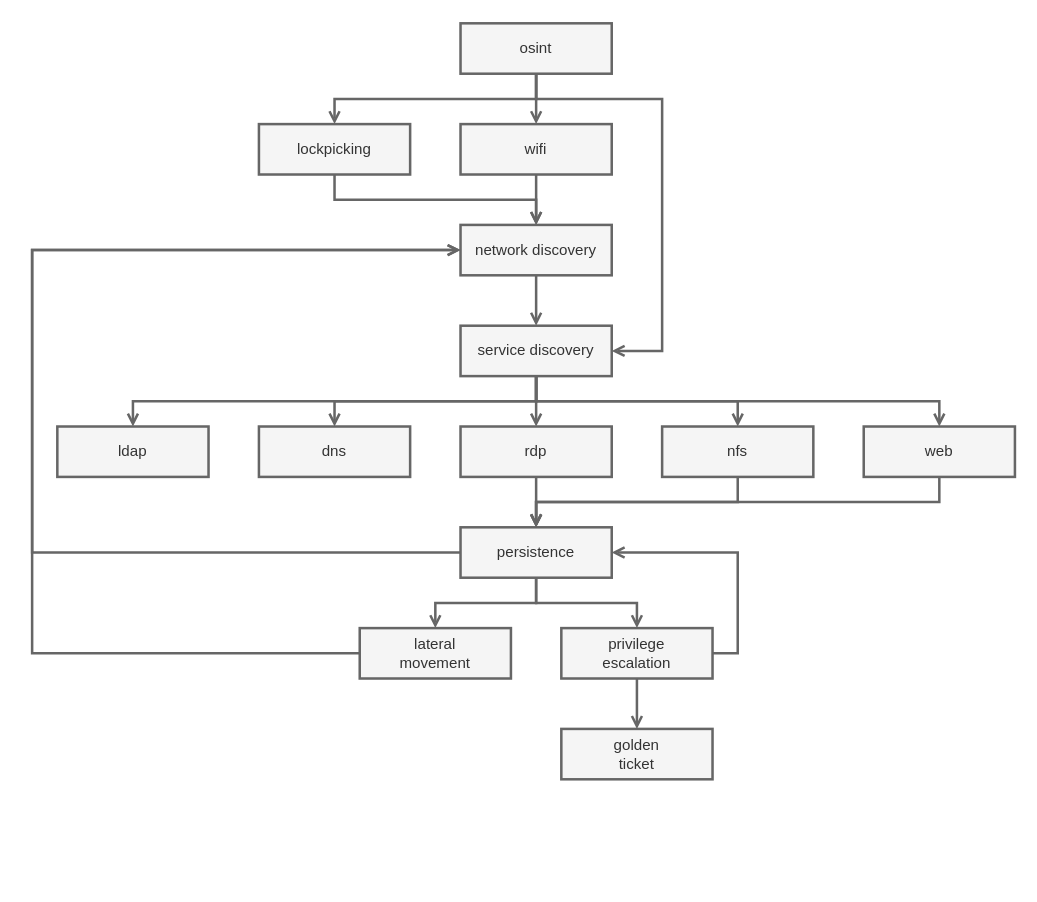
Above: posts/notes/pwn/tree.drawio in 0b11stan/blog (draw.io), before the change. Source tidied: cells renumbered, new cells numbered last; positions are measured from the earlier drawing's top-left corner, leaving out a move shared by most shapes. Both pictures are drawn from the tidied source at 126%, with x=0, y=0 at pixel (32, 23).
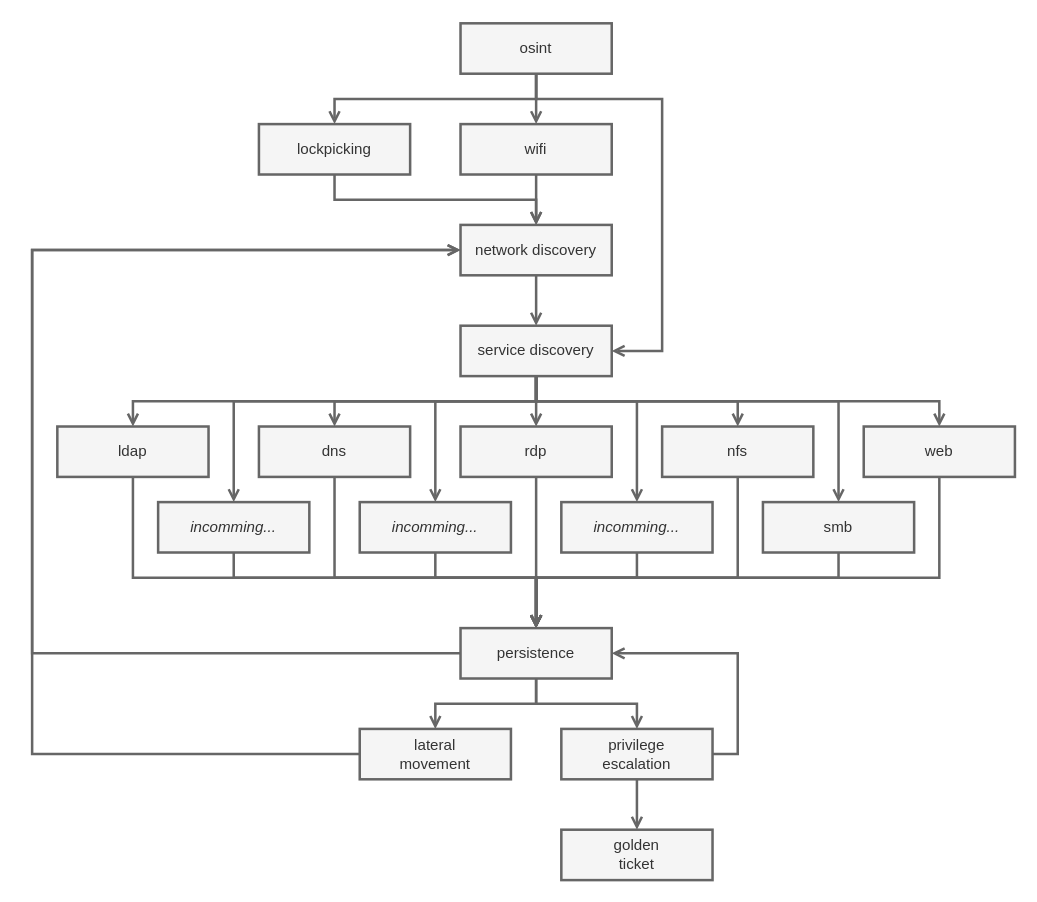
The same diagram, later.

The change refers to these unchanged cells:
```xml
<mxCell id="11" value="web" style="rounded=0;whiteSpace=wrap;html=1;fillColor=#f5f5f5;fontColor=#333333;strokeColor=#666666;strokeWidth=2;" parent="1" vertex="1">
  <mxGeometry x="660" y="320" width="120" height="40" as="geometry" />
</mxCell>
<mxCell id="13" value="network discovery" style="rounded=0;whiteSpace=wrap;html=1;fillColor=#f5f5f5;fontColor=#333333;strokeColor=#666666;strokeWidth=2;" parent="1" vertex="1">
  <mxGeometry x="340" y="160" width="120" height="40" as="geometry" />
</mxCell>
<mxCell id="19" value="service discovery" style="rounded=0;whiteSpace=wrap;html=1;fillColor=#f5f5f5;fontColor=#333333;strokeColor=#666666;strokeWidth=2;" parent="1" vertex="1">
  <mxGeometry x="340" y="240" width="120" height="40" as="geometry" />
</mxCell>
<mxCell id="20" value="ldap" style="rounded=0;whiteSpace=wrap;html=1;fillColor=#f5f5f5;fontColor=#333333;strokeColor=#666666;strokeWidth=2;" parent="1" vertex="1">
  <mxGeometry x="20" y="320" width="120" height="40" as="geometry" />
</mxCell>
<mxCell id="22" value="nfs" style="rounded=0;whiteSpace=wrap;html=1;fillColor=#f5f5f5;fontColor=#333333;strokeColor=#666666;strokeWidth=2;" parent="1" vertex="1">
  <mxGeometry x="500" y="320" width="120" height="40" as="geometry" />
</mxCell>
<mxCell id="25" value="dns" style="rounded=0;whiteSpace=wrap;html=1;fillColor=#f5f5f5;fontColor=#333333;strokeColor=#666666;strokeWidth=2;" parent="1" vertex="1">
  <mxGeometry x="180" y="320" width="120" height="40" as="geometry" />
</mxCell>
```

What changed in the source:
```diff
@@
     <mxCell id="10" style="edgeStyle=orthogonalEdgeStyle;rounded=0;jettySize=auto;html=1;fillColor=#f5f5f5;strokeColor=#666666;strokeWidth=2;endArrow=open;endFill=0;" parent="1" edge="1" source="11" target="29">
       <mxGeometry relative="1" as="geometry">
         <Array as="points">
-          <mxPoint x="720" y="380" />
-          <mxPoint x="400" y="380" />
+          <mxPoint x="720" y="440" />
+          <mxPoint x="400" y="440" />
         </Array>
       </mxGeometry>
     </mxCell>
@@
+    <mxCell id="36" style="edgeStyle=orthogonalEdgeStyle;rounded=0;jettySize=auto;html=1;fillColor=#f5f5f5;strokeColor=#666666;strokeWidth=2;endArrow=open;endFill=0;" parent="1" edge="1" source="19" target="43">
+      <mxGeometry relative="1" as="geometry">
+        <Array as="points">
+          <mxPoint x="400" y="300" />
+          <mxPoint x="640" y="300" />
+        </Array>
+      </mxGeometry>
+    </mxCell>
+    <mxCell id="37" style="edgeStyle=orthogonalEdgeStyle;rounded=0;jettySize=auto;html=1;endArrow=open;endFill=0;strokeWidth=2;fillColor=#f5f5f5;strokeColor=#666666;" parent="1" edge="1" source="19" target="47">
+      <mxGeometry relative="1" as="geometry">
+        <Array as="points">
+          <mxPoint x="400" y="300" />
+          <mxPoint x="160" y="300" />
+        </Array>
+      </mxGeometry>
+    </mxCell>
+    <mxCell id="38" style="edgeStyle=orthogonalEdgeStyle;rounded=0;jettySize=auto;html=1;endArrow=open;endFill=0;strokeWidth=2;fillColor=#f5f5f5;strokeColor=#666666;" parent="1" edge="1" source="19" target="45">
+      <mxGeometry relative="1" as="geometry">
+        <Array as="points">
+          <mxPoint x="400" y="300" />
+          <mxPoint x="320" y="300" />
+        </Array>
+      </mxGeometry>
+    </mxCell>
+    <mxCell id="39" style="edgeStyle=orthogonalEdgeStyle;rounded=0;jettySize=auto;html=1;endArrow=open;endFill=0;strokeWidth=2;fillColor=#f5f5f5;strokeColor=#666666;" parent="1" edge="1" source="19" target="49">
+      <mxGeometry relative="1" as="geometry">
+        <Array as="points">
+          <mxPoint x="400" y="300" />
+          <mxPoint x="480" y="300" />
+        </Array>
+      </mxGeometry>
+    </mxCell>
@@
+    <mxCell id="40" style="edgeStyle=orthogonalEdgeStyle;rounded=0;jettySize=auto;html=1;endArrow=open;endFill=0;strokeWidth=2;fillColor=#f5f5f5;strokeColor=#666666;" parent="1" edge="1" source="20" target="29">
+      <mxGeometry relative="1" as="geometry">
+        <Array as="points">
+          <mxPoint x="80" y="440" />
+          <mxPoint x="400" y="440" />
+        </Array>
+      </mxGeometry>
+    </mxCell>
@@
     <mxCell id="21" style="edgeStyle=orthogonalEdgeStyle;rounded=0;jettySize=auto;html=1;fillColor=#f5f5f5;strokeColor=#666666;strokeWidth=2;endArrow=open;endFill=0;" parent="1" edge="1" source="22" target="29">
       <mxGeometry relative="1" as="geometry">
         <Array as="points">
-          <mxPoint x="560" y="380" />
-          <mxPoint x="400" y="380" />
+          <mxPoint x="560" y="440" />
+          <mxPoint x="400" y="440" />
         </Array>
       </mxGeometry>
     </mxCell>
@@
+    <mxCell id="41" style="edgeStyle=orthogonalEdgeStyle;rounded=0;jettySize=auto;html=1;endArrow=open;endFill=0;strokeWidth=2;fillColor=#f5f5f5;strokeColor=#666666;" parent="1" edge="1" source="25" target="29">
+      <mxGeometry relative="1" as="geometry">
+        <Array as="points">
+          <mxPoint x="240" y="440" />
+          <mxPoint x="400" y="440" />
+        </Array>
+      </mxGeometry>
+    </mxCell>
@@
     <mxCell id="27" style="edgeStyle=orthogonalEdgeStyle;rounded=0;jettySize=auto;html=1;fillColor=#f5f5f5;strokeColor=#666666;strokeWidth=2;endArrow=open;endFill=0;" parent="1" edge="1" source="29" target="13">
       <mxGeometry relative="1" as="geometry">
         <Array as="points">
-          <mxPoint y="420" />
+          <mxPoint y="500" />
           <mxPoint y="180" />
         </Array>
       </mxGeometry>
     </mxCell>
     <mxCell id="28" style="edgeStyle=orthogonalEdgeStyle;rounded=0;jettySize=auto;html=1;fillColor=#f5f5f5;strokeColor=#666666;strokeWidth=2;endArrow=open;endFill=0;" parent="1" edge="1" source="29" target="34">
       <mxGeometry relative="1" as="geometry">
         <Array as="points">
-          <mxPoint x="400" y="460" />
-          <mxPoint x="320" y="460" />
+          <mxPoint x="400" y="540" />
+          <mxPoint x="320" y="540" />
         </Array>
       </mxGeometry>
     </mxCell>
     <mxCell id="29" value="persistence" style="rounded=0;whiteSpace=wrap;html=1;fillColor=#f5f5f5;fontColor=#333333;strokeColor=#666666;strokeWidth=2;" parent="1" vertex="1">
-      <mxGeometry x="340" y="400" width="120" height="40" as="geometry" />
+      <mxGeometry x="340" y="480" width="120" height="40" as="geometry" />
     </mxCell>
     <mxCell id="30" style="edgeStyle=orthogonalEdgeStyle;rounded=0;jettySize=auto;html=1;fillColor=#f5f5f5;strokeColor=#666666;strokeWidth=2;endArrow=open;endFill=0;" parent="1" edge="1" source="31" target="29">
       <mxGeometry relative="1" as="geometry">
         <Array as="points">
+          <mxPoint x="560" y="580" />
           <mxPoint x="560" y="500" />
-          <mxPoint x="560" y="420" />
         </Array>
       </mxGeometry>
     </mxCell>
     <mxCell id="31" value="privilege&lt;br&gt;escalation" style="rounded=0;whiteSpace=wrap;html=1;fillColor=#f5f5f5;fontColor=#333333;strokeColor=#666666;strokeWidth=2;" parent="1" vertex="1">
-      <mxGeometry x="420" y="480" width="120" height="40" as="geometry" />
+      <mxGeometry x="420" y="560" width="120" height="40" as="geometry" />
     </mxCell>
@@
     <mxCell id="33" style="edgeStyle=orthogonalEdgeStyle;rounded=0;jettySize=auto;html=1;fillColor=#f5f5f5;strokeColor=#666666;strokeWidth=2;endArrow=open;endFill=0;" parent="1" edge="1" source="34" target="13">
       <mxGeometry relative="1" as="geometry">
         <Array as="points">
-          <mxPoint y="500" />
+          <mxPoint y="580" />
           <mxPoint y="180" />
         </Array>
       </mxGeometry>
     </mxCell>
     <mxCell id="34" value="lateral&lt;br&gt;movement" style="rounded=0;whiteSpace=wrap;html=1;fillColor=#f5f5f5;fontColor=#333333;strokeColor=#666666;strokeWidth=2;" parent="1" vertex="1">
-      <mxGeometry x="260" y="480" width="120" height="40" as="geometry" />
+      <mxGeometry x="260" y="560" width="120" height="40" as="geometry" />
     </mxCell>
     <mxCell id="35" value="golden&lt;br&gt;ticket" style="rounded=0;whiteSpace=wrap;html=1;fillColor=#f5f5f5;fontColor=#333333;strokeColor=#666666;strokeWidth=2;" parent="1" vertex="1">
-      <mxGeometry x="420" y="560" width="120" height="40" as="geometry" />
+      <mxGeometry x="420" y="640" width="120" height="40" as="geometry" />
     </mxCell>
+    <mxCell id="42" style="edgeStyle=orthogonalEdgeStyle;rounded=0;jettySize=auto;html=1;endArrow=open;endFill=0;strokeWidth=2;fillColor=#f5f5f5;strokeColor=#666666;" parent="1" edge="1" source="43" target="29">
+      <mxGeometry relative="1" as="geometry">
+        <Array as="points">
+          <mxPoint x="640" y="440" />
+          <mxPoint x="400" y="440" />
+        </Array>
+      </mxGeometry>
+    </mxCell>
+    <mxCell id="43" value="smb" style="rounded=0;whiteSpace=wrap;html=1;fillColor=#f5f5f5;fontColor=#333333;strokeColor=#666666;strokeWidth=2;" parent="1" vertex="1">
+      <mxGeometry x="580" y="380" width="120" height="40" as="geometry" />
+    </mxCell>
+    <mxCell id="44" style="edgeStyle=orthogonalEdgeStyle;rounded=0;jettySize=auto;html=1;endArrow=open;endFill=0;strokeWidth=2;fillColor=#f5f5f5;strokeColor=#666666;" parent="1" edge="1" source="45" target="29">
+      <mxGeometry relative="1" as="geometry">
+        <Array as="points">
+          <mxPoint x="320" y="440" />
+          <mxPoint x="400" y="440" />
+        </Array>
+      </mxGeometry>
+    </mxCell>
+    <mxCell id="45" value="&lt;i style=&quot;&quot;&gt;incomming...&lt;/i&gt;" style="rounded=0;whiteSpace=wrap;html=1;fillColor=#f5f5f5;fontColor=#333333;strokeColor=#666666;strokeWidth=2;" parent="1" vertex="1">
+      <mxGeometry x="260" y="380" width="120" height="40" as="geometry" />
+    </mxCell>
+    <mxCell id="46" style="edgeStyle=orthogonalEdgeStyle;rounded=0;jettySize=auto;html=1;endArrow=open;endFill=0;strokeWidth=2;fillColor=#f5f5f5;strokeColor=#666666;" parent="1" edge="1" source="47" target="29">
+      <mxGeometry relative="1" as="geometry">
+        <Array as="points">
+          <mxPoint x="160" y="440" />
+          <mxPoint x="400" y="440" />
+        </Array>
+      </mxGeometry>
+    </mxCell>
+    <mxCell id="47" value="&lt;i&gt;incomming...&lt;/i&gt;" style="rounded=0;whiteSpace=wrap;html=1;fillColor=#f5f5f5;fontColor=#333333;strokeColor=#666666;strokeWidth=2;" parent="1" vertex="1">
+      <mxGeometry x="100" y="380" width="120" height="40" as="geometry" />
+    </mxCell>
+    <mxCell id="48" style="edgeStyle=orthogonalEdgeStyle;rounded=0;jettySize=auto;html=1;endArrow=open;endFill=0;strokeWidth=2;fillColor=#f5f5f5;strokeColor=#666666;" parent="1" edge="1" source="49" target="29">
+      <mxGeometry relative="1" as="geometry">
+        <Array as="points">
+          <mxPoint x="480" y="440" />
+          <mxPoint x="400" y="440" />
+        </Array>
+      </mxGeometry>
+    </mxCell>
+    <mxCell id="49" value="&lt;i style=&quot;&quot;&gt;incomming...&lt;/i&gt;" style="rounded=0;whiteSpace=wrap;html=1;fillColor=#f5f5f5;fontColor=#333333;strokeColor=#666666;strokeWidth=2;" parent="1" vertex="1">
+      <mxGeometry x="420" y="380" width="120" height="40" as="geometry" />
+    </mxCell>
```
